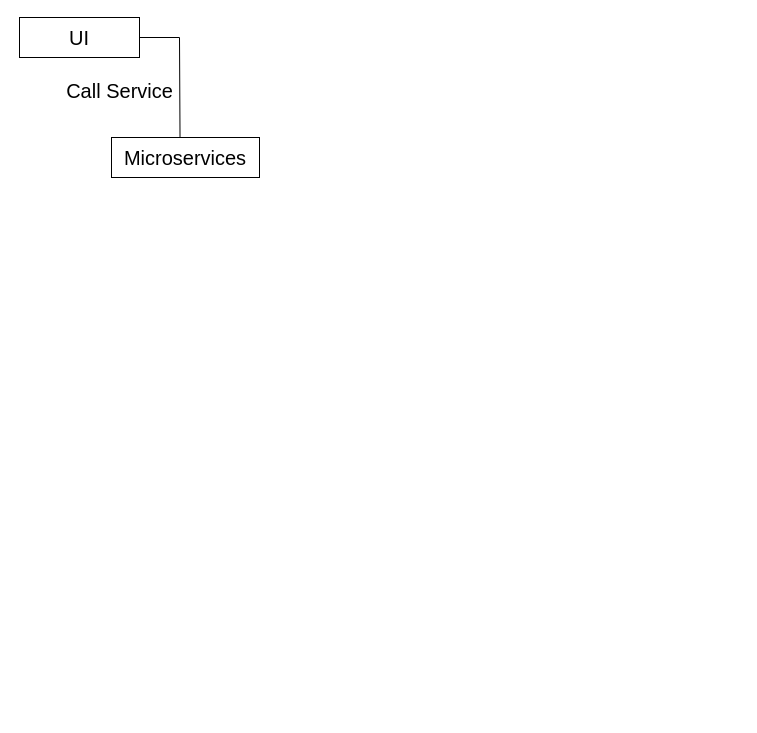
Above: Untitled Diagram.drawio in veerabugide/FirstLinux (draw.io), before the change. Source tidied: cells renumbered, new cells numbered last; positions are measured from the earlier drawing's top-left corner, leaving out a move shared by most shapes. Both pictures are drawn from the tidied source at 100%, with x=0, y=0 at pixel (19, 17). Pictures stored in the file or linked from it are replaced by grey dashed boxes.
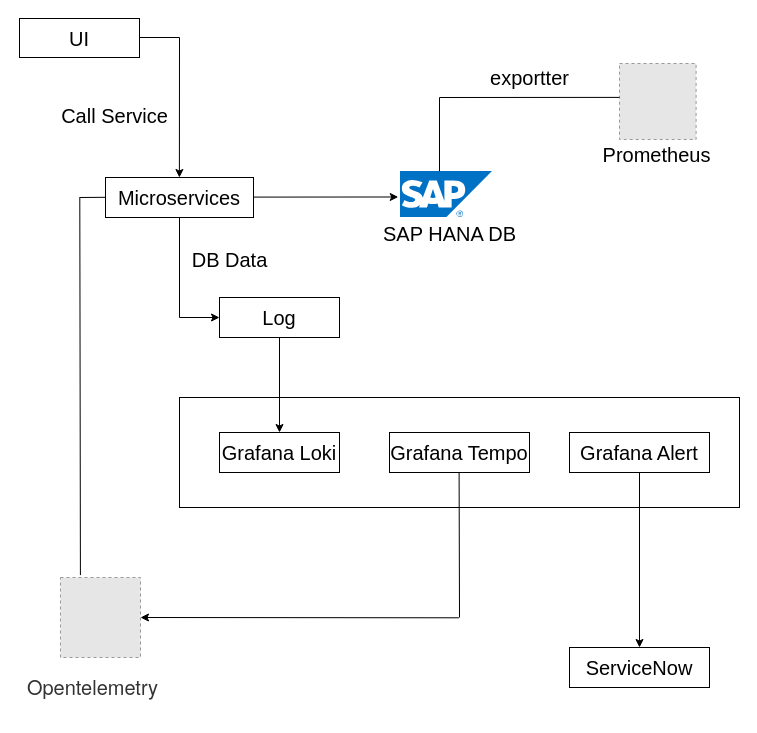
After the change.

The edit, as a diff of the source:
```diff
@@
     <mxCell id="2" value="&lt;font style=&quot;font-size: 20px;&quot;&gt;UI&lt;/font&gt;" style="rounded=0;whiteSpace=wrap;html=1;" parent="1" vertex="1">
-      <mxGeometry width="120" height="40" as="geometry" />
+      <mxGeometry y="1" width="120" height="39" as="geometry" />
     </mxCell>
@@
-    <mxCell id="4" style="endArrow=none;html=1;rounded=0;strokeColor=#000000;entryX=0.463;entryY=-0.013;entryDx=0;entryDy=0;entryPerimeter=0;" parent="1" edge="1" target="5">
-      <mxGeometry relative="1" as="geometry">
-        <mxPoint x="160" y="20" as="sourcePoint" />
-      </mxGeometry>
-    </mxCell>
     <mxCell id="5" value="&lt;span style=&quot;font-size: 20px;&quot;&gt;Microservices&lt;/span&gt;" style="rounded=0;whiteSpace=wrap;html=1;" parent="1" vertex="1">
-      <mxGeometry x="92" y="120" width="148" height="40" as="geometry" />
+      <mxGeometry x="86" y="160" width="148" height="40" as="geometry" />
     </mxCell>
     <mxCell id="6" value="&lt;font style=&quot;font-size: 20px;&quot;&gt;Call Service&lt;/font&gt;" style="text;html=1;align=center;verticalAlign=middle;strokeColor=none;fillColor=none;" parent="1" vertex="1">
-      <mxGeometry x="35" y="53" width="130" height="40" as="geometry" />
+      <mxGeometry x="30" y="78" width="130" height="40" as="geometry" />
     </mxCell>
+    <mxCell id="7" value="&lt;font style=&quot;font-size: 20px;&quot;&gt;Log&lt;/font&gt;" style="rounded=0;whiteSpace=wrap;html=1;" parent="1" vertex="1">
+      <mxGeometry x="200" y="280" width="120" height="40" as="geometry" />
+    </mxCell>
+    <mxCell id="8" style="endArrow=none;html=1;rounded=0;strokeColor=#000000;" parent="1" edge="1">
+      <mxGeometry relative="1" as="geometry">
+        <mxPoint x="160" y="200" as="sourcePoint" />
+        <mxPoint x="160" y="300" as="targetPoint" />
+      </mxGeometry>
+    </mxCell>
+    <mxCell id="9" value="&lt;font style=&quot;font-size: 20px;&quot;&gt;DB Data&lt;/font&gt;" style="text;html=1;align=center;verticalAlign=middle;strokeColor=none;fillColor=none;" parent="1" vertex="1">
+      <mxGeometry x="160" y="222" width="100" height="40" as="geometry" />
+    </mxCell>
+    <mxCell id="10" style="rounded=0;whiteSpace=wrap;html=1;" parent="1" vertex="1">
+      <mxGeometry x="160" y="380" width="560" height="110" as="geometry" />
+    </mxCell>
+    <mxCell id="11" value="&lt;font style=&quot;font-size: 20px;&quot;&gt;Grafana Loki&lt;/font&gt;" style="rounded=0;whiteSpace=wrap;html=1;strokeColor=#000000;" parent="1" vertex="1">
+      <mxGeometry x="200" y="415" width="120" height="40" as="geometry" />
+    </mxCell>
+    <mxCell id="12" style="endArrow=classic;html=1;rounded=0;entryX=0;entryY=0.5;entryDx=0;entryDy=0;" parent="1" edge="1" target="7">
+      <mxGeometry relative="1" as="geometry">
+        <mxPoint x="160" y="300" as="sourcePoint" />
+      </mxGeometry>
+    </mxCell>
+    <mxCell id="13" style="endArrow=classic;html=1;rounded=0;entryX=0.456;entryY=-0.054;entryDx=0;entryDy=0;entryPerimeter=0;" parent="1" edge="1">
+      <mxGeometry relative="1" as="geometry">
+        <mxPoint x="160" y="20" as="sourcePoint" />
+        <mxPoint x="159.9" y="160" as="targetPoint" />
+      </mxGeometry>
+    </mxCell>
+    <mxCell id="14" style="endArrow=classic;html=1;rounded=0;entryX=0.5;entryY=0;entryDx=0;entryDy=0;" parent="1" edge="1" target="11">
+      <mxGeometry relative="1" as="geometry">
+        <mxPoint x="260" y="320" as="sourcePoint" />
+      </mxGeometry>
+    </mxCell>
+    <mxCell id="15" value="&lt;font style=&quot;font-size: 20px;&quot;&gt;Grafana Tempo&lt;/font&gt;" style="rounded=0;whiteSpace=wrap;html=1;strokeColor=#000000;" parent="1" vertex="1">
+      <mxGeometry x="370" y="415" width="140" height="40" as="geometry" />
+    </mxCell>
+    <mxCell id="16" value="&lt;font style=&quot;font-size: 20px;&quot;&gt;Grafana Alert&lt;/font&gt;" style="rounded=0;whiteSpace=wrap;html=1;strokeColor=#000000;" parent="1" vertex="1">
+      <mxGeometry x="550" y="415" width="140" height="40" as="geometry" />
+    </mxCell>
+    <mxCell id="17" style="fillColor=#E6E6E6;strokeColor=#999999;dashed=1;verticalLabelPosition=bottom;labelBackgroundColor=default;verticalAlign=top;" parent="1" vertex="1">
+      <mxGeometry x="41" y="560" width="80" height="80" as="geometry" />
+    </mxCell>
+    <mxCell id="18" value="&lt;h1 style=&quot;box-sizing: border-box; margin-top: 0px; margin-bottom: 0.5rem; font-weight: 500; line-height: 1.2; font-size: 20px; color: rgb(51, 51, 51); font-family: &amp;quot;Helvetica Neue&amp;quot;, Helvetica, Arial, sans-serif; background-color: rgb(255, 255, 255);&quot; class=&quot;text-center&quot;&gt;Opentelemetry&lt;/h1&gt;" style="text;html=1;align=center;verticalAlign=middle;strokeColor=none;fillColor=none;" parent="1" vertex="1">
+      <mxGeometry x="-2" y="648" width="150" height="50" as="geometry" />
+    </mxCell>
+    <mxCell id="19" style="endArrow=none;html=1;rounded=0;strokeColor=#000000;" parent="1" edge="1">
+      <mxGeometry relative="1" as="geometry">
+        <mxPoint x="439.6" y="455" as="sourcePoint" />
+        <mxPoint x="440" y="600" as="targetPoint" />
+      </mxGeometry>
+    </mxCell>
+    <mxCell id="20" style="endArrow=classic;html=1;rounded=0;entryX=1;entryY=0.5;entryDx=0;entryDy=0;" parent="1" edge="1" target="17">
+      <mxGeometry relative="1" as="geometry">
+        <mxPoint x="439.4" y="600.3" as="sourcePoint" />
+      </mxGeometry>
+    </mxCell>
+    <mxCell id="21" value="&lt;font style=&quot;font-size: 20px;&quot;&gt;ServiceNow&lt;/font&gt;" style="rounded=0;whiteSpace=wrap;html=1;strokeColor=#000000;" parent="1" vertex="1">
+      <mxGeometry x="550" y="630" width="140" height="40" as="geometry" />
+    </mxCell>
+    <mxCell id="22" style="endArrow=classic;html=1;rounded=0;entryX=1;entryY=0.5;entryDx=0;entryDy=0;exitX=0.5;exitY=1;exitDx=0;exitDy=0;" parent="1" edge="1" source="16">
+      <mxGeometry relative="1" as="geometry">
+        <mxPoint x="620" y="630" as="targetPoint" />
+      </mxGeometry>
+    </mxCell>
+    <mxCell id="23" style="image;sketch=0;html=1;points=[];align=center;fontSize=12;image=img/lib/mscae/SAP_HANA_on_Azure.svg;" parent="1" vertex="1">
+      <mxGeometry x="380.7" y="153.8" width="92.5" height="46.2" as="geometry" />
+    </mxCell>
+    <mxCell id="24" style="endArrow=none;html=1;rounded=0;strokeColor=#000000;entryX=0.249;entryY=-0.03;entryDx=0;entryDy=0;entryPerimeter=0;" parent="1" edge="1" target="17">
+      <mxGeometry relative="1" as="geometry">
+        <mxPoint x="60.3" y="180" as="sourcePoint" />
+      </mxGeometry>
+    </mxCell>
+    <mxCell id="25" style="endArrow=none;html=1;rounded=0;strokeColor=#000000;" parent="1" edge="1">
+      <mxGeometry relative="1" as="geometry">
+        <mxPoint x="86" y="179.8" as="sourcePoint" />
+        <mxPoint x="60" y="180" as="targetPoint" />
+      </mxGeometry>
+    </mxCell>
+    <mxCell id="26" value="&lt;font style=&quot;font-size: 20px;&quot;&gt;SAP HANA DB&lt;/font&gt;" style="text;html=1;align=center;verticalAlign=middle;strokeColor=none;fillColor=none;" parent="1" vertex="1">
+      <mxGeometry x="349.8" y="196" width="160" height="40" as="geometry" />
+    </mxCell>
+    <mxCell id="27" style="endArrow=classic;html=1;rounded=0;entryX=-0.021;entryY=0.556;entryDx=0;entryDy=0;entryPerimeter=0;" parent="1" edge="1" target="23">
+      <mxGeometry relative="1" as="geometry">
+        <mxPoint x="234" y="179.6" as="sourcePoint" />
+      </mxGeometry>
+    </mxCell>
+    <mxCell id="28" style="fillColor=#E6E6E6;strokeColor=#999999;dashed=1;verticalLabelPosition=bottom;labelBackgroundColor=default;verticalAlign=top;" parent="1" vertex="1">
+      <mxGeometry x="600" y="46" width="76.6" height="76" as="geometry" />
+    </mxCell>
+    <mxCell id="29" style="endArrow=none;html=1;rounded=0;strokeColor=#000000;" parent="1" edge="1">
+      <mxGeometry relative="1" as="geometry">
+        <mxPoint x="420" y="153.8" as="sourcePoint" />
+        <mxPoint x="420" y="80" as="targetPoint" />
+      </mxGeometry>
+    </mxCell>
+    <mxCell id="30" style="endArrow=none;html=1;rounded=0;strokeColor=#000000;exitX=0;exitY=0.446;exitDx=0;exitDy=0;exitPerimeter=0;" parent="1" edge="1" source="28">
+      <mxGeometry relative="1" as="geometry">
+        <mxPoint x="420" y="80" as="targetPoint" />
+      </mxGeometry>
+    </mxCell>
+    <mxCell id="31" value="&lt;font style=&quot;font-size: 20px;&quot;&gt;Prometheus&lt;/font&gt;" style="text;html=1;align=center;verticalAlign=middle;strokeColor=none;fillColor=none;" parent="1" vertex="1">
+      <mxGeometry x="572" y="117" width="130" height="40" as="geometry" />
+    </mxCell>
+    <mxCell id="32" value="&lt;font style=&quot;font-size: 20px;&quot;&gt;exportter&lt;/font&gt;" style="text;html=1;align=center;verticalAlign=middle;strokeColor=none;fillColor=none;" parent="1" vertex="1">
+      <mxGeometry x="460" y="40" width="100" height="40" as="geometry" />
+    </mxCell>
```
